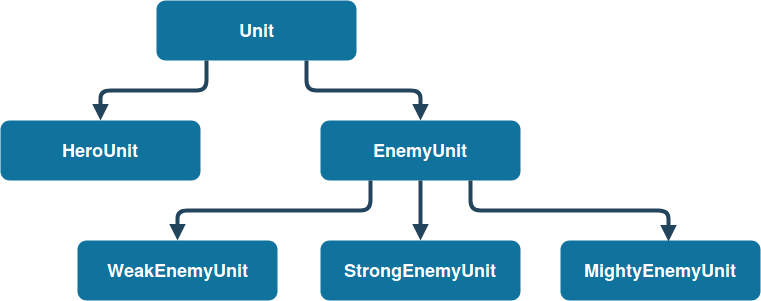
This is documentation_pictures/units_classes_diagram.png from Denisson001/TP-project-game, a draw.io export, as it was before one commit. Source tidied: cells renumbered, new cells last; positions are measured from the earlier drawing's top-left corner, leaving out a move shared by most shapes. Its diagram source:
```xml
<mxGraphModel background="#ffffff">
  <root>
    <mxCell id="0" />
    <mxCell id="1" parent="0" />
    <mxCell id="2" value="Unit" style="rounded=1;fillColor=#10739E;strokeColor=none;shadow=0;gradientColor=none;fontStyle=1;fontColor=#FFFFFF;fontSize=18;" parent="1" vertex="1">
      <mxGeometry x="156" width="200" height="60" as="geometry" />
    </mxCell>
    <mxCell id="3" value="HeroUnit" style="rounded=1;fillColor=#10739E;strokeColor=none;shadow=0;gradientColor=none;fontStyle=1;fontColor=#FFFFFF;fontSize=18;" parent="1" vertex="1">
      <mxGeometry y="120" width="200" height="60" as="geometry" />
    </mxCell>
    <mxCell id="4" value="EnemyUnit" style="rounded=1;fillColor=#10739E;strokeColor=none;shadow=0;gradientColor=none;fontStyle=1;fontColor=#FFFFFF;fontSize=18;glass=0;comic=0;" parent="1" vertex="1">
      <mxGeometry x="320" y="120" width="200" height="60" as="geometry" />
    </mxCell>
    <mxCell id="5" value="StrongEnemyUnit" style="rounded=1;fillColor=#10739E;strokeColor=none;shadow=0;gradientColor=none;fontStyle=1;fontColor=#FFFFFF;fontSize=18;" parent="1" vertex="1">
      <mxGeometry x="320" y="240" width="200" height="60" as="geometry" />
    </mxCell>
    <mxCell id="6" style="edgeStyle=elbowEdgeStyle;elbow=vertical;strokeWidth=4;endArrow=block;endFill=1;fontStyle=1;strokeColor=#23445D;exitX=0.75;exitY=1;exitDx=0;exitDy=0;entryX=0.5;entryY=0;entryDx=0;entryDy=0;" parent="1" edge="1" source="2" target="4">
      <mxGeometry x="62" y="165.5" as="geometry">
        <Array as="points">
          <mxPoint x="350" y="90" />
        </Array>
      </mxGeometry>
    </mxCell>
    <mxCell id="7" style="edgeStyle=elbowEdgeStyle;elbow=vertical;strokeWidth=4;endArrow=block;endFill=1;fontStyle=1;strokeColor=#23445D;entryX=0.5;entryY=0;entryDx=0;entryDy=0;exitX=0.25;exitY=1;exitDx=0;exitDy=0;" parent="1" edge="1" source="2" target="3">
      <mxGeometry x="-40" y="325.5" as="geometry">
        <Array as="points">
          <mxPoint x="160" y="90" />
        </Array>
      </mxGeometry>
    </mxCell>
    <mxCell id="8" value="WeakEnemyUnit" style="rounded=1;fillColor=#10739E;strokeColor=none;shadow=0;gradientColor=none;fontStyle=1;fontColor=#FFFFFF;fontSize=18;" parent="1" vertex="1">
      <mxGeometry x="77" y="240" width="200" height="60" as="geometry" />
    </mxCell>
    <mxCell id="9" value="MightyEnemyUnit" style="rounded=1;fillColor=#10739E;strokeColor=none;shadow=0;gradientColor=none;fontStyle=1;fontColor=#FFFFFF;fontSize=18;" parent="1" vertex="1">
      <mxGeometry x="560" y="240" width="200" height="60" as="geometry" />
    </mxCell>
    <mxCell id="10" style="edgeStyle=elbowEdgeStyle;elbow=vertical;strokeWidth=4;endArrow=block;endFill=1;fontStyle=1;strokeColor=#23445D;exitX=0.5;exitY=1;exitDx=0;exitDy=0;entryX=0.5;entryY=0;entryDx=0;entryDy=0;" parent="1" edge="1" source="4" target="5">
      <mxGeometry x="326" y="205.5" as="geometry">
        <Array as="points">
          <mxPoint x="450" y="220" />
        </Array>
      </mxGeometry>
    </mxCell>
    <mxCell id="11" style="edgeStyle=elbowEdgeStyle;elbow=vertical;strokeWidth=4;endArrow=block;endFill=1;fontStyle=1;strokeColor=#23445D;entryX=0.54;entryY=0.017;entryDx=0;entryDy=0;exitX=0.75;exitY=1;exitDx=0;exitDy=0;entryPerimeter=0;" parent="1" edge="1" source="4" target="9">
      <mxGeometry x="386" y="205.5" as="geometry">
        <Array as="points">
          <mxPoint x="570" y="210" />
        </Array>
      </mxGeometry>
    </mxCell>
    <mxCell id="12" style="edgeStyle=elbowEdgeStyle;elbow=vertical;strokeWidth=4;endArrow=block;endFill=1;fontStyle=1;strokeColor=#23445D;entryX=0.5;entryY=0;entryDx=0;entryDy=0;exitX=0.25;exitY=1;exitDx=0;exitDy=0;" parent="1" edge="1" source="4" target="8">
      <mxGeometry x="96" y="175" as="geometry">
        <Array as="points">
          <mxPoint x="270" y="210" />
        </Array>
      </mxGeometry>
    </mxCell>
  </root>
</mxGraphModel>
```
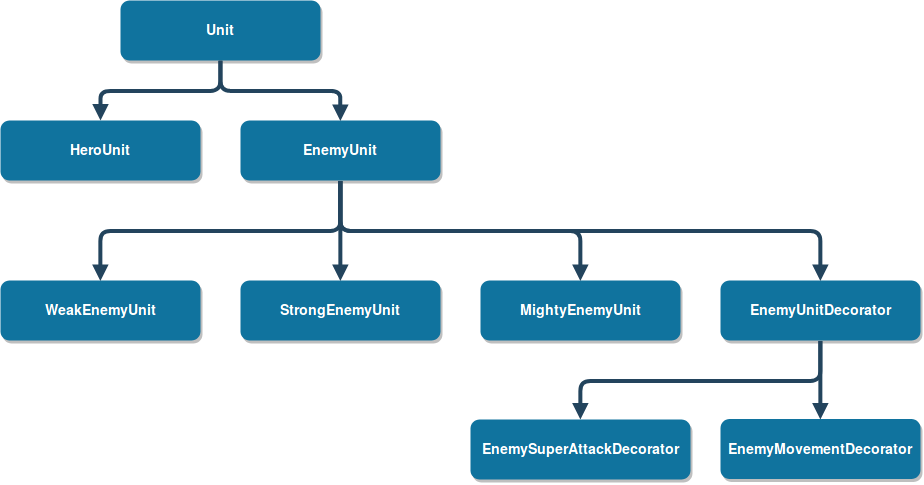
Later version of the same file.

Diff of the diagram source:
```diff
@@ -2,58 +2,56 @@
   <root>
     <mxCell id="0" />
     <mxCell id="1" parent="0" />
-    <mxCell id="2" value="Unit" style="rounded=1;fillColor=#10739E;strokeColor=none;shadow=0;gradientColor=none;fontStyle=1;fontColor=#FFFFFF;fontSize=18;" parent="1" vertex="1">
-      <mxGeometry x="156" width="200" height="60" as="geometry" />
+    <mxCell id="2" value="Unit" style="rounded=1;fillColor=#10739E;strokeColor=none;shadow=1;gradientColor=none;fontStyle=1;fontColor=#FFFFFF;fontSize=14;" parent="1" vertex="1">
+      <mxGeometry x="120" width="200" height="60" as="geometry" />
     </mxCell>
-    <mxCell id="3" value="HeroUnit" style="rounded=1;fillColor=#10739E;strokeColor=none;shadow=0;gradientColor=none;fontStyle=1;fontColor=#FFFFFF;fontSize=18;" parent="1" vertex="1">
+    <mxCell id="3" value="HeroUnit" style="rounded=1;fillColor=#10739E;strokeColor=none;shadow=1;gradientColor=none;fontStyle=1;fontColor=#FFFFFF;fontSize=14;" parent="1" vertex="1">
       <mxGeometry y="120" width="200" height="60" as="geometry" />
     </mxCell>
-    <mxCell id="4" value="EnemyUnit" style="rounded=1;fillColor=#10739E;strokeColor=none;shadow=0;gradientColor=none;fontStyle=1;fontColor=#FFFFFF;fontSize=18;glass=0;comic=0;" parent="1" vertex="1">
-      <mxGeometry x="320" y="120" width="200" height="60" as="geometry" />
+    <mxCell id="4" value="EnemyUnit" style="rounded=1;fillColor=#10739E;strokeColor=none;shadow=1;gradientColor=none;fontStyle=1;fontColor=#FFFFFF;fontSize=14;" parent="1" vertex="1">
+      <mxGeometry x="240" y="120" width="200" height="60" as="geometry" />
     </mxCell>
-    <mxCell id="5" value="StrongEnemyUnit" style="rounded=1;fillColor=#10739E;strokeColor=none;shadow=0;gradientColor=none;fontStyle=1;fontColor=#FFFFFF;fontSize=18;" parent="1" vertex="1">
-      <mxGeometry x="320" y="240" width="200" height="60" as="geometry" />
-    </mxCell>
-    <mxCell id="6" style="edgeStyle=elbowEdgeStyle;elbow=vertical;strokeWidth=4;endArrow=block;endFill=1;fontStyle=1;strokeColor=#23445D;exitX=0.75;exitY=1;exitDx=0;exitDy=0;entryX=0.5;entryY=0;entryDx=0;entryDy=0;" parent="1" edge="1" source="2" target="4">
-      <mxGeometry x="62" y="165.5" as="geometry">
-        <Array as="points">
-          <mxPoint x="350" y="90" />
-        </Array>
-      </mxGeometry>
+    <mxCell id="6" style="edgeStyle=elbowEdgeStyle;elbow=vertical;strokeWidth=4;endArrow=block;endFill=1;fontStyle=1;strokeColor=#23445D;entryX=0.5;entryY=0;entryDx=0;entryDy=0;" parent="1" edge="1" source="2" target="4">
+      <mxGeometry x="22" y="165.5" as="geometry" />
     </mxCell>
-    <mxCell id="7" style="edgeStyle=elbowEdgeStyle;elbow=vertical;strokeWidth=4;endArrow=block;endFill=1;fontStyle=1;strokeColor=#23445D;entryX=0.5;entryY=0;entryDx=0;entryDy=0;exitX=0.25;exitY=1;exitDx=0;exitDy=0;" parent="1" edge="1" source="2" target="3">
-      <mxGeometry x="-40" y="325.5" as="geometry">
-        <Array as="points">
-          <mxPoint x="160" y="90" />
-        </Array>
-      </mxGeometry>
+    <mxCell id="7" style="edgeStyle=elbowEdgeStyle;elbow=vertical;strokeWidth=4;endArrow=block;endFill=1;fontStyle=1;strokeColor=#23445D;exitX=0.5;exitY=1;exitDx=0;exitDy=0;" parent="1" edge="1" source="2" target="3">
+      <mxGeometry x="22" y="165.5" as="geometry" />
     </mxCell>
-    <mxCell id="8" value="WeakEnemyUnit" style="rounded=1;fillColor=#10739E;strokeColor=none;shadow=0;gradientColor=none;fontStyle=1;fontColor=#FFFFFF;fontSize=18;" parent="1" vertex="1">
-      <mxGeometry x="77" y="240" width="200" height="60" as="geometry" />
+    <mxCell id="8" value="WeakEnemyUnit" style="rounded=1;fillColor=#10739E;strokeColor=none;shadow=1;gradientColor=none;fontStyle=1;fontColor=#FFFFFF;fontSize=14;" parent="1" vertex="1">
+      <mxGeometry y="280" width="200" height="60" as="geometry" />
     </mxCell>
+    <mxCell id="5" value="StrongEnemyUnit" style="rounded=1;fillColor=#10739E;strokeColor=none;shadow=1;gradientColor=none;fontStyle=1;fontColor=#FFFFFF;fontSize=14;" parent="1" vertex="1">
+      <mxGeometry x="240" y="280" width="200" height="60" as="geometry" />
+    </mxCell>
-    <mxCell id="9" value="MightyEnemyUnit" style="rounded=1;fillColor=#10739E;strokeColor=none;shadow=0;gradientColor=none;fontStyle=1;fontColor=#FFFFFF;fontSize=18;" parent="1" vertex="1">
-      <mxGeometry x="560" y="240" width="200" height="60" as="geometry" />
+    <mxCell id="9" value="MightyEnemyUnit" style="rounded=1;fillColor=#10739E;strokeColor=none;shadow=1;gradientColor=none;fontStyle=1;fontColor=#FFFFFF;fontSize=14;" parent="1" vertex="1">
+      <mxGeometry x="480" y="280" width="200" height="60" as="geometry" />
     </mxCell>
+    <mxCell id="13" value="EnemyUnitDecorator" style="rounded=1;fillColor=#10739E;strokeColor=none;shadow=1;gradientColor=none;fontStyle=1;fontColor=#FFFFFF;fontSize=14;" parent="1" vertex="1">
+      <mxGeometry x="720" y="280" width="200" height="60" as="geometry" />
+    </mxCell>
+    <mxCell id="14" value="EnemySuperAttackDecorator" style="rounded=1;fillColor=#10739E;strokeColor=none;shadow=1;gradientColor=none;fontStyle=1;fontColor=#FFFFFF;fontSize=14;" parent="1" vertex="1">
+      <mxGeometry x="470" y="419" width="220" height="60" as="geometry" />
+    </mxCell>
+    <mxCell id="15" value="EnemyMovementDecorator" style="rounded=1;fillColor=#10739E;strokeColor=none;shadow=1;gradientColor=none;fontStyle=1;fontColor=#FFFFFF;fontSize=14;" parent="1" vertex="1">
+      <mxGeometry x="720" y="418.5" width="200" height="60" as="geometry" />
+    </mxCell>
+    <mxCell id="12" style="edgeStyle=elbowEdgeStyle;elbow=vertical;strokeWidth=4;endArrow=block;endFill=1;fontStyle=1;strokeColor=#23445D;entryX=0.5;entryY=0;entryDx=0;entryDy=0;exitX=0.5;exitY=1;exitDx=0;exitDy=0;" parent="1" edge="1" source="4" target="8">
+      <mxGeometry x="372" y="185.5" as="geometry" />
+    </mxCell>
-    <mxCell id="10" style="edgeStyle=elbowEdgeStyle;elbow=vertical;strokeWidth=4;endArrow=block;endFill=1;fontStyle=1;strokeColor=#23445D;exitX=0.5;exitY=1;exitDx=0;exitDy=0;entryX=0.5;entryY=0;entryDx=0;entryDy=0;" parent="1" edge="1" source="4" target="5">
-      <mxGeometry x="326" y="205.5" as="geometry">
-        <Array as="points">
-          <mxPoint x="450" y="220" />
-        </Array>
-      </mxGeometry>
+    <mxCell id="10" style="edgeStyle=elbowEdgeStyle;elbow=vertical;strokeWidth=4;endArrow=block;endFill=1;fontStyle=1;strokeColor=#23445D;entryX=0.5;entryY=0;entryDx=0;entryDy=0;exitX=0.5;exitY=1;exitDx=0;exitDy=0;" parent="1" edge="1" source="4" target="5">
+      <mxGeometry x="382" y="195.5" as="geometry" />
     </mxCell>
-    <mxCell id="11" style="edgeStyle=elbowEdgeStyle;elbow=vertical;strokeWidth=4;endArrow=block;endFill=1;fontStyle=1;strokeColor=#23445D;entryX=0.54;entryY=0.017;entryDx=0;entryDy=0;exitX=0.75;exitY=1;exitDx=0;exitDy=0;entryPerimeter=0;" parent="1" edge="1" source="4" target="9">
-      <mxGeometry x="386" y="205.5" as="geometry">
-        <Array as="points">
-          <mxPoint x="570" y="210" />
-        </Array>
-      </mxGeometry>
+    <mxCell id="11" style="edgeStyle=elbowEdgeStyle;elbow=vertical;strokeWidth=4;endArrow=block;endFill=1;fontStyle=1;strokeColor=#23445D;entryX=0.5;entryY=0;entryDx=0;entryDy=0;exitX=0.5;exitY=1;exitDx=0;exitDy=0;" parent="1" edge="1" source="4" target="9">
+      <mxGeometry x="851.5" y="75" as="geometry" />
     </mxCell>
-    <mxCell id="12" style="edgeStyle=elbowEdgeStyle;elbow=vertical;strokeWidth=4;endArrow=block;endFill=1;fontStyle=1;strokeColor=#23445D;entryX=0.5;entryY=0;entryDx=0;entryDy=0;exitX=0.25;exitY=1;exitDx=0;exitDy=0;" parent="1" edge="1" source="4" target="8">
-      <mxGeometry x="96" y="175" as="geometry">
-        <Array as="points">
-          <mxPoint x="270" y="210" />
-        </Array>
-      </mxGeometry>
-    </mxCell>
+    <mxCell id="16" style="edgeStyle=elbowEdgeStyle;elbow=vertical;strokeWidth=4;endArrow=block;endFill=1;fontStyle=1;strokeColor=#23445D;entryX=0.5;entryY=0;entryDx=0;entryDy=0;exitX=0.5;exitY=1;exitDx=0;exitDy=0;" parent="1" edge="1" source="4" target="13">
+      <mxGeometry x="1011" y="24.5" as="geometry" />
+    </mxCell>
+    <mxCell id="17" style="edgeStyle=elbowEdgeStyle;elbow=vertical;strokeWidth=4;endArrow=block;endFill=1;fontStyle=1;strokeColor=#23445D;exitX=0.5;exitY=1;exitDx=0;exitDy=0;entryX=0.5;entryY=0;entryDx=0;entryDy=0;" parent="1" edge="1" source="13" target="15">
+      <mxGeometry x="650.5" y="344" as="geometry" />
+    </mxCell>
+    <mxCell id="18" style="edgeStyle=elbowEdgeStyle;elbow=vertical;strokeWidth=4;endArrow=block;endFill=1;fontStyle=1;strokeColor=#23445D;exitX=0.5;exitY=1;exitDx=0;exitDy=0;entryX=0.5;entryY=0;entryDx=0;entryDy=0;" parent="1" edge="1" source="13" target="14">
+      <mxGeometry x="660.5" y="354" as="geometry" />
+    </mxCell>
   </root>
 </mxGraphModel>
```
